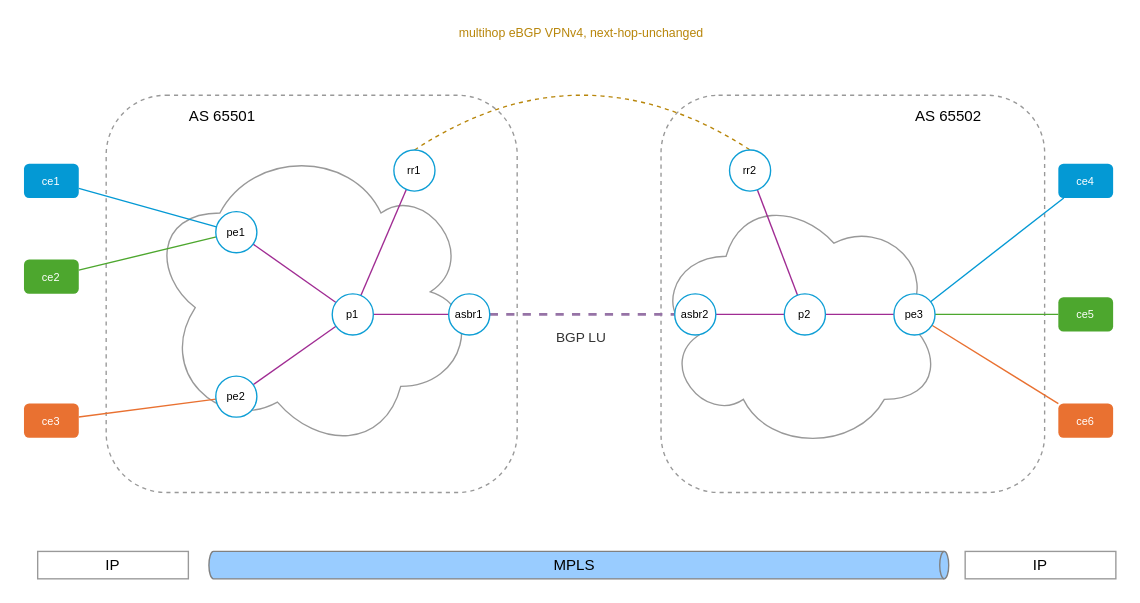
The draw.io diagram playset/images/InterASOptionCRR.drawio in zebra-rs/zebra-rs, before the edit. Source tidied: cells renumbered, new cells numbered last; positions are measured from the earlier drawing's top-left corner, leaving out a move shared by most shapes. Both pictures are drawn from the tidied source at 137%, with x=0, y=0 at pixel (23, 23).
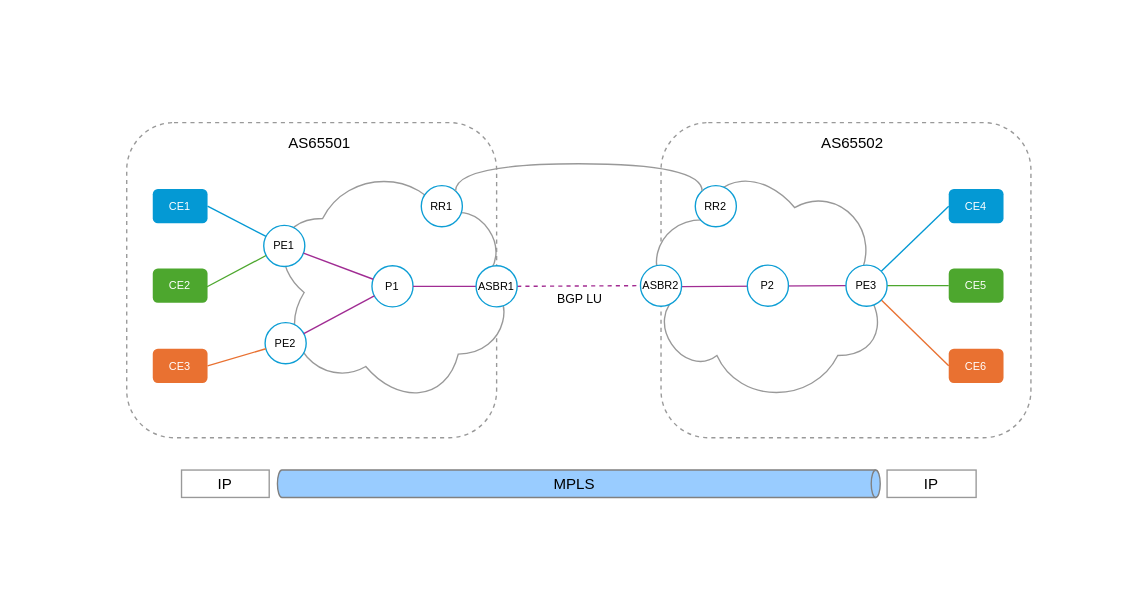
The same diagram, later.

What changed in the source:
```diff
@@
-    <mxCell id="2" style="rounded=1;whiteSpace=wrap;html=1;fillColor=none;dashed=1;strokeColor=#999999;" parent="1" vertex="1">
-      <mxGeometry x="60" y="52" width="300" height="290" as="geometry" />
-    </mxCell>
-    <mxCell id="3" style="rounded=1;whiteSpace=wrap;html=1;fillColor=none;dashed=1;strokeColor=#999999;" parent="1" vertex="1">
-      <mxGeometry x="465" y="52" width="280" height="290" as="geometry" />
-    </mxCell>
-    <mxCell id="4" style="ellipse;shape=cloud;whiteSpace=wrap;html=1;flipV=1;flipH=1;strokeColor=#999999;" parent="1" vertex="1">
-      <mxGeometry x="95" y="92" width="240" height="230" as="geometry" />
-    </mxCell>
-    <mxCell id="5" style="ellipse;shape=cloud;whiteSpace=wrap;html=1;strokeColor=#999999;" parent="1" vertex="1">
-      <mxGeometry x="460" y="122" width="210" height="190" as="geometry" />
-    </mxCell>
-    <mxCell id="6" value="AS 65501" style="text;html=1;whiteSpace=wrap;strokeColor=none;fillColor=none;align=center;verticalAlign=middle;rounded=0;fontSize=11;" parent="1" vertex="1">
-      <mxGeometry x="110" y="52" width="70" height="30" as="geometry" />
-    </mxCell>
-    <mxCell id="7" value="AS 65502" style="text;html=1;whiteSpace=wrap;strokeColor=none;fillColor=none;align=center;verticalAlign=middle;rounded=0;fontSize=11;" parent="1" vertex="1">
-      <mxGeometry x="640" y="52" width="70" height="30" as="geometry" />
-    </mxCell>
-    <mxCell id="8" style="endArrow=none;html=1;rounded=0;curved=1;dashed=1;strokeColor=#B8860B;exitX=0.5;exitY=0;exitDx=0;exitDy=0;entryX=0.5;entryY=0;entryDx=0;entryDy=0;" parent="1" edge="1" source="25" target="26">
-      <mxGeometry relative="1" as="geometry">
-        <Array as="points">
-          <mxPoint x="407" y="12" />
-        </Array>
-      </mxGeometry>
-    </mxCell>
-    <mxCell id="9" value="multihop eBGP VPNv4, next-hop-unchanged" style="text;html=1;whiteSpace=wrap;strokeColor=none;fillColor=none;align=center;verticalAlign=middle;rounded=0;fontSize=9;fontColor=#B8860B;" parent="1" vertex="1">
-      <mxGeometry x="292" width="230" height="14" as="geometry" />
-    </mxCell>
-    <mxCell id="10" style="endArrow=none;html=1;rounded=0;strokeColor=#A02C93;" parent="1" edge="1" source="25" target="29">
-      <mxGeometry relative="1" as="geometry" />
-    </mxCell>
-    <mxCell id="11" style="endArrow=none;html=1;rounded=0;strokeColor=#A02C93;" parent="1" edge="1" source="26" target="32">
-      <mxGeometry relative="1" as="geometry" />
-    </mxCell>
-    <mxCell id="12" style="endArrow=none;html=1;rounded=0;strokeColor=#0499D4;" parent="1" edge="1" source="34" target="27">
-      <mxGeometry relative="1" as="geometry" />
-    </mxCell>
-    <mxCell id="13" style="endArrow=none;html=1;rounded=0;strokeColor=#4DA72E;" parent="1" edge="1" source="35" target="27">
-      <mxGeometry relative="1" as="geometry" />
-    </mxCell>
-    <mxCell id="14" style="endArrow=none;html=1;rounded=0;strokeColor=#E97131;" parent="1" edge="1" source="36" target="28">
-      <mxGeometry relative="1" as="geometry" />
-    </mxCell>
-    <mxCell id="15" style="endArrow=none;html=1;rounded=0;strokeColor=#A02C93;" parent="1" edge="1" source="27" target="29">
-      <mxGeometry relative="1" as="geometry" />
-    </mxCell>
-    <mxCell id="16" style="endArrow=none;html=1;rounded=0;strokeColor=#A02C93;" parent="1" edge="1" source="28" target="29">
-      <mxGeometry relative="1" as="geometry" />
-    </mxCell>
-    <mxCell id="17" style="endArrow=none;html=1;rounded=0;strokeColor=#A02C93;" parent="1" edge="1" source="29" target="30">
-      <mxGeometry relative="1" as="geometry" />
-    </mxCell>
-    <mxCell id="18" style="endArrow=none;html=1;rounded=0;strokeColor=#A02C93;" parent="1" edge="1" source="31" target="32">
-      <mxGeometry relative="1" as="geometry" />
-    </mxCell>
-    <mxCell id="19" style="endArrow=none;html=1;rounded=0;strokeColor=#A02C93;" parent="1" edge="1" source="32" target="33">
-      <mxGeometry relative="1" as="geometry" />
-    </mxCell>
-    <mxCell id="20" style="endArrow=none;html=1;rounded=0;strokeColor=#0499D4;" parent="1" edge="1" source="33" target="37">
-      <mxGeometry relative="1" as="geometry" />
-    </mxCell>
-    <mxCell id="21" style="endArrow=none;html=1;rounded=0;strokeColor=#4DA72E;" parent="1" edge="1" source="33" target="38">
-      <mxGeometry relative="1" as="geometry" />
-    </mxCell>
-    <mxCell id="22" style="endArrow=none;html=1;rounded=0;strokeColor=#E97131;" parent="1" edge="1" source="33" target="39">
-      <mxGeometry relative="1" as="geometry" />
-    </mxCell>
-    <mxCell id="23" style="endArrow=none;html=1;rounded=0;dashed=1;strokeColor=#9673A6;strokeWidth=2;" parent="1" edge="1" source="30" target="31">
-      <mxGeometry relative="1" as="geometry" />
-    </mxCell>
+    <mxCell id="43" style="rounded=0;whiteSpace=wrap;html=1;strokeColor=none;" parent="1" vertex="1">
+      <mxGeometry x="45" y="42" width="720" height="330" as="geometry" />
+    </mxCell>
+    <mxCell id="44" style="rounded=1;whiteSpace=wrap;html=1;fillColor=none;dashed=1;strokeColor=#999999;" parent="1" vertex="1">
+      <mxGeometry x="465" y="72" width="270" height="230" as="geometry" />
+    </mxCell>
+    <mxCell id="45" style="ellipse;shape=cloud;whiteSpace=wrap;html=1;strokeColor=#999999;" parent="1" vertex="1">
+      <mxGeometry x="450" y="98" width="180" height="180" as="geometry" />
+    </mxCell>
+    <mxCell id="46" style="rounded=1;whiteSpace=wrap;html=1;fillColor=none;dashed=1;strokeColor=#999999;" parent="1" vertex="1">
+      <mxGeometry x="75" y="72" width="270" height="230" as="geometry" />
+    </mxCell>
+    <mxCell id="47" style="ellipse;shape=cloud;whiteSpace=wrap;html=1;flipV=1;flipH=1;strokeColor=#999999;" parent="1" vertex="1">
+      <mxGeometry x="182" y="106" width="180" height="180" as="geometry" />
+    </mxCell>
+    <mxCell id="48" value="PE1" style="ellipse;whiteSpace=wrap;html=1;strokeColor=#0E9ED5;fontSize=8;" parent="1" vertex="1">
+      <mxGeometry x="175" y="147" width="30" height="30" as="geometry" />
+    </mxCell>
+    <mxCell id="49" value="&lt;font&gt;P1&lt;/font&gt;" style="ellipse;whiteSpace=wrap;html=1;strokeColor=#0E9ED5;fontSize=8;" parent="1" vertex="1">
+      <mxGeometry x="254" y="176.5" width="30" height="30" as="geometry" />
+    </mxCell>
+    <mxCell id="50" value="&lt;font&gt;PE2&lt;/font&gt;" style="ellipse;whiteSpace=wrap;html=1;strokeColor=#0E9ED5;fontSize=8;" parent="1" vertex="1">
+      <mxGeometry x="176" y="218" width="30" height="30" as="geometry" />
+    </mxCell>
+    <mxCell id="51" value="CE1" style="rounded=1;whiteSpace=wrap;html=1;fillStyle=solid;fillColor=#0499D4;strokeColor=none;fontSize=8;fontColor=#FFFFFF;" parent="1" vertex="1">
+      <mxGeometry x="94" y="120.5" width="40" height="25" as="geometry" />
+    </mxCell>
+    <mxCell id="52" value="CE4" style="rounded=1;whiteSpace=wrap;html=1;fillStyle=solid;fillColor=#0499D4;strokeColor=none;fontSize=8;fontColor=#FFFFFF;" parent="1" vertex="1">
+      <mxGeometry x="675" y="120.5" width="40" height="25" as="geometry" />
+    </mxCell>
+    <mxCell id="53" style="endArrow=none;html=1;rounded=0;exitX=1;exitY=0.5;exitDx=0;exitDy=0;strokeColor=#0499D4;fillColor=#0499D4;" parent="1" edge="1" source="51" target="48">
+      <mxGeometry relative="1" as="geometry" />
+    </mxCell>
+    <mxCell id="54" value="CE5" style="rounded=1;whiteSpace=wrap;html=1;fillStyle=solid;fillColor=#4DA72E;strokeColor=none;fontSize=8;fontColor=#FFFFFF;" parent="1" vertex="1">
+      <mxGeometry x="675" y="178.5" width="40" height="25" as="geometry" />
+    </mxCell>
+    <mxCell id="55" value="CE2" style="rounded=1;whiteSpace=wrap;html=1;fillStyle=solid;fillColor=#4DA72E;strokeColor=none;fontSize=8;fontColor=#FFFFFF;" parent="1" vertex="1">
+      <mxGeometry x="94" y="178.5" width="40" height="25" as="geometry" />
+    </mxCell>
+    <mxCell id="56" value="CE3" style="rounded=1;whiteSpace=wrap;html=1;fillStyle=solid;fillColor=#E97131;strokeColor=none;fontSize=8;fontColor=#FFFFFF;" parent="1" vertex="1">
+      <mxGeometry x="94" y="237" width="40" height="25" as="geometry" />
+    </mxCell>
+    <mxCell id="57" value="CE6" style="rounded=1;whiteSpace=wrap;html=1;fillStyle=solid;fillColor=#E97131;strokeColor=none;fontSize=8;fontColor=#FFFFFF;" parent="1" vertex="1">
+      <mxGeometry x="675" y="237" width="40" height="25" as="geometry" />
+    </mxCell>
+    <mxCell id="58" style="endArrow=none;html=1;rounded=0;strokeColor=#4DA72E;exitX=0.957;exitY=0.562;exitDx=0;exitDy=0;exitPerimeter=0;" parent="1" edge="1" source="55" target="48">
+      <mxGeometry relative="1" as="geometry" />
+    </mxCell>
+    <mxCell id="59" style="endArrow=none;html=1;rounded=0;exitX=1;exitY=0.5;exitDx=0;exitDy=0;strokeColor=#E97131;" parent="1" edge="1" source="56" target="50">
+      <mxGeometry relative="1" as="geometry" />
+    </mxCell>
+    <mxCell id="60" style="endArrow=none;html=1;rounded=0;entryX=0;entryY=0.5;entryDx=0;entryDy=0;strokeColor=#0499D4;" parent="1" edge="1" source="70" target="52">
+      <mxGeometry relative="1" as="geometry" />
+    </mxCell>
+    <mxCell id="61" style="endArrow=none;html=1;rounded=0;entryX=0;entryY=0.5;entryDx=0;entryDy=0;strokeColor=#4DA72E;" parent="1" edge="1" source="70" target="54">
+      <mxGeometry relative="1" as="geometry" />
+    </mxCell>
+    <mxCell id="62" style="endArrow=none;html=1;rounded=0;entryX=0;entryY=0.5;entryDx=0;entryDy=0;strokeColor=#E97131;" parent="1" edge="1" source="70" target="57">
+      <mxGeometry relative="1" as="geometry" />
+    </mxCell>
+    <mxCell id="63" style="endArrow=none;html=1;rounded=0;strokeColor=#A02C93;" parent="1" edge="1" source="49" target="67">
+      <mxGeometry relative="1" as="geometry" />
+    </mxCell>
+    <mxCell id="64" style="endArrow=none;html=1;rounded=0;strokeColor=#A02C93;" parent="1" edge="1" source="48" target="49">
+      <mxGeometry relative="1" as="geometry" />
+    </mxCell>
+    <mxCell id="65" style="endArrow=none;html=1;rounded=0;strokeColor=#A02C93;" parent="1" edge="1" source="50" target="49">
+      <mxGeometry relative="1" as="geometry" />
+    </mxCell>
+    <mxCell id="66" style="endArrow=none;html=1;rounded=0;strokeColor=light-dark(#a22b91, #418e26);dashed=1;" parent="1" edge="1" source="67" target="71">
+      <mxGeometry relative="1" as="geometry" />
+    </mxCell>
+    <mxCell id="67" value="ASBR1" style="ellipse;whiteSpace=wrap;html=1;strokeColor=#0E9ED5;fontSize=8;" parent="1" vertex="1">
+      <mxGeometry x="330" y="176.5" width="30" height="30" as="geometry" />
+    </mxCell>
+    <mxCell id="68" style="endArrow=none;html=1;rounded=0;strokeColor=#A02C93;" parent="1" edge="1" target="70">
+      <mxGeometry relative="1" as="geometry">
+        <mxPoint x="480" y="191.7" as="sourcePoint" />
+      </mxGeometry>
+    </mxCell>
+    <mxCell id="69" value="&lt;span&gt;P2&lt;/span&gt;" style="ellipse;whiteSpace=wrap;html=1;strokeColor=#0E9ED5;fontSize=8;" parent="1" vertex="1">
+      <mxGeometry x="528" y="176" width="30" height="30" as="geometry" />
+    </mxCell>
+    <mxCell id="70" value="PE3" style="ellipse;whiteSpace=wrap;html=1;strokeColor=#0E9ED5;fontSize=8;" parent="1" vertex="1">
+      <mxGeometry x="600" y="176" width="30" height="30" as="geometry" />
+    </mxCell>
+    <mxCell id="71" value="&lt;span&gt;ASBR2&lt;/span&gt;" style="ellipse;whiteSpace=wrap;html=1;strokeColor=#0E9ED5;fontSize=8;" parent="1" vertex="1">
+      <mxGeometry x="450" y="176" width="30" height="30" as="geometry" />
+    </mxCell>
+    <mxCell id="72" value="AS65501" style="text;html=1;whiteSpace=wrap;strokeColor=none;fillColor=none;align=center;verticalAlign=middle;rounded=0;fontSize=11;" parent="1" vertex="1">
+      <mxGeometry x="181" y="72" width="70" height="30" as="geometry" />
+    </mxCell>
+    <mxCell id="73" value="AS65502" style="text;html=1;whiteSpace=wrap;strokeColor=none;fillColor=none;align=center;verticalAlign=middle;rounded=0;fontSize=11;" parent="1" vertex="1">
+      <mxGeometry x="570" y="72" width="70" height="30" as="geometry" />
+    </mxCell>
+    <mxCell id="41" value="&lt;font&gt;MPLS&lt;/font&gt;" style="shape=cylinder3;whiteSpace=wrap;html=1;boundedLbl=1;backgroundOutline=1;size=3.285714285714164;direction=south;strokeColor=#808080;fillColor=light-dark(#99CCFF,#2566A8);fontColor=#000000;fontSize=11;" parent="1" vertex="1">
+      <mxGeometry x="185" y="325.6" width="440" height="20" as="geometry" />
+    </mxCell>
+    <mxCell id="74" value="&lt;font&gt;IP&lt;/font&gt;" style="rounded=0;whiteSpace=wrap;html=1;strokeColor=#999999;fontSize=11;" parent="1" vertex="1">
+      <mxGeometry x="115" y="325.6" width="64" height="20" as="geometry" />
+    </mxCell>
+    <mxCell id="75" value="&lt;font&gt;IP&lt;/font&gt;" style="rounded=0;whiteSpace=wrap;html=1;strokeColor=#999999;fontSize=11;" parent="1" vertex="1">
+      <mxGeometry x="630" y="325.6" width="65" height="20" as="geometry" />
+    </mxCell>
+    <mxCell id="76" value="&lt;font&gt;RR1&lt;/font&gt;" style="ellipse;whiteSpace=wrap;html=1;strokeColor=#0E9ED5;fontSize=8;" parent="1" vertex="1">
+      <mxGeometry x="290" y="118" width="30" height="30" as="geometry" />
+    </mxCell>
+    <mxCell id="77" value="&lt;font&gt;RR2&lt;/font&gt;" style="ellipse;whiteSpace=wrap;html=1;strokeColor=#0E9ED5;fontSize=8;" parent="1" vertex="1">
+      <mxGeometry x="490" y="118" width="30" height="30" as="geometry" />
+    </mxCell>
-    <mxCell id="24" value="BGP LU" style="text;html=1;whiteSpace=wrap;strokeColor=none;fillColor=none;align=center;verticalAlign=middle;rounded=0;fontSize=10;fontColor=#333333;" parent="1" vertex="1">
-      <mxGeometry x="377" y="222" width="60" height="14" as="geometry" />
+    <mxCell id="24" value="BGP LU" style="text;html=1;whiteSpace=wrap;strokeColor=none;fillColor=none;align=center;verticalAlign=middle;rounded=0;fontSize=9;" parent="1" vertex="1">
+      <mxGeometry x="376" y="191" width="60" height="20" as="geometry" />
     </mxCell>
-    <mxCell id="25" value="rr1" style="ellipse;whiteSpace=wrap;html=1;strokeColor=#0E9ED5;fillColor=#FFFFFF;fontSize=8;" parent="1" vertex="1">
-      <mxGeometry x="270" y="92" width="30" height="30" as="geometry" />
-    </mxCell>
-    <mxCell id="26" value="rr2" style="ellipse;whiteSpace=wrap;html=1;strokeColor=#0E9ED5;fillColor=#FFFFFF;fontSize=8;" parent="1" vertex="1">
-      <mxGeometry x="515" y="92" width="30" height="30" as="geometry" />
-    </mxCell>
-    <mxCell id="27" value="pe1" style="ellipse;whiteSpace=wrap;html=1;strokeColor=#0E9ED5;fillColor=#FFFFFF;fontSize=8;" parent="1" vertex="1">
-      <mxGeometry x="140" y="137" width="30" height="30" as="geometry" />
-    </mxCell>
-    <mxCell id="28" value="pe2" style="ellipse;whiteSpace=wrap;html=1;strokeColor=#0E9ED5;fillColor=#FFFFFF;fontSize=8;" parent="1" vertex="1">
-      <mxGeometry x="140" y="257" width="30" height="30" as="geometry" />
-    </mxCell>
-    <mxCell id="29" value="p1" style="ellipse;whiteSpace=wrap;html=1;strokeColor=#0E9ED5;fillColor=#FFFFFF;fontSize=8;" parent="1" vertex="1">
-      <mxGeometry x="225" y="197" width="30" height="30" as="geometry" />
-    </mxCell>
-    <mxCell id="30" value="asbr1" style="ellipse;whiteSpace=wrap;html=1;strokeColor=#0E9ED5;fillColor=#FFFFFF;fontSize=8;" parent="1" vertex="1">
-      <mxGeometry x="310" y="197" width="30" height="30" as="geometry" />
-    </mxCell>
-    <mxCell id="31" value="asbr2" style="ellipse;whiteSpace=wrap;html=1;strokeColor=#0E9ED5;fillColor=#FFFFFF;fontSize=8;" parent="1" vertex="1">
-      <mxGeometry x="475" y="197" width="30" height="30" as="geometry" />
-    </mxCell>
-    <mxCell id="32" value="p2" style="ellipse;whiteSpace=wrap;html=1;strokeColor=#0E9ED5;fillColor=#FFFFFF;fontSize=8;" parent="1" vertex="1">
-      <mxGeometry x="555" y="197" width="30" height="30" as="geometry" />
-    </mxCell>
-    <mxCell id="33" value="pe3" style="ellipse;whiteSpace=wrap;html=1;strokeColor=#0E9ED5;fillColor=#FFFFFF;fontSize=8;" parent="1" vertex="1">
-      <mxGeometry x="635" y="197" width="30" height="30" as="geometry" />
-    </mxCell>
-    <mxCell id="34" value="ce1" style="rounded=1;whiteSpace=wrap;html=1;fillStyle=solid;fillColor=#0499D4;strokeColor=none;fontSize=8;fontColor=#FFFFFF;" parent="1" vertex="1">
-      <mxGeometry y="102" width="40" height="25" as="geometry" />
-    </mxCell>
-    <mxCell id="35" value="ce2" style="rounded=1;whiteSpace=wrap;html=1;fillStyle=solid;fillColor=#4DA72E;strokeColor=none;fontSize=8;fontColor=#FFFFFF;" parent="1" vertex="1">
-      <mxGeometry y="172" width="40" height="25" as="geometry" />
-    </mxCell>
-    <mxCell id="36" value="ce3" style="rounded=1;whiteSpace=wrap;html=1;fillStyle=solid;fillColor=#E97131;strokeColor=none;fontSize=8;fontColor=#FFFFFF;" parent="1" vertex="1">
-      <mxGeometry y="277" width="40" height="25" as="geometry" />
-    </mxCell>
-    <mxCell id="37" value="ce4" style="rounded=1;whiteSpace=wrap;html=1;fillStyle=solid;fillColor=#0499D4;strokeColor=none;fontSize=8;fontColor=#FFFFFF;" parent="1" vertex="1">
-      <mxGeometry x="755" y="102" width="40" height="25" as="geometry" />
-    </mxCell>
-    <mxCell id="38" value="ce5" style="rounded=1;whiteSpace=wrap;html=1;fillStyle=solid;fillColor=#4DA72E;strokeColor=none;fontSize=8;fontColor=#FFFFFF;" parent="1" vertex="1">
-      <mxGeometry x="755" y="199.5" width="40" height="25" as="geometry" />
-    </mxCell>
-    <mxCell id="39" value="ce6" style="rounded=1;whiteSpace=wrap;html=1;fillStyle=solid;fillColor=#E97131;strokeColor=none;fontSize=8;fontColor=#FFFFFF;" parent="1" vertex="1">
-      <mxGeometry x="755" y="277" width="40" height="25" as="geometry" />
-    </mxCell>
-    <mxCell id="40" value="IP" style="rounded=0;whiteSpace=wrap;html=1;strokeColor=#999999;fontSize=11;" parent="1" vertex="1">
-      <mxGeometry x="10" y="385" width="110" height="20" as="geometry" />
-    </mxCell>
-    <mxCell id="41" value="MPLS" style="shape=cylinder3;whiteSpace=wrap;html=1;boundedLbl=1;backgroundOutline=1;size=3.285714285714164;direction=south;strokeColor=#808080;fillColor=light-dark(#99CCFF,#2566A8);fontColor=#000000;fontSize=11;" parent="1" vertex="1">
-      <mxGeometry x="135" y="385" width="540" height="20" as="geometry" />
-    </mxCell>
-    <mxCell id="42" value="IP" style="rounded=0;whiteSpace=wrap;html=1;strokeColor=#999999;fontSize=11;" parent="1" vertex="1">
-      <mxGeometry x="687" y="385" width="110" height="20" as="geometry" />
-    </mxCell>
+    <mxCell id="78" style="shape=requiredInterface;html=1;verticalLabelPosition=bottom;sketch=0;direction=north;strokeColor=light-dark(#999999, #ededed);" parent="1" vertex="1">
+      <mxGeometry x="315" y="102" width="180" height="20" as="geometry" />
+    </mxCell>
```
